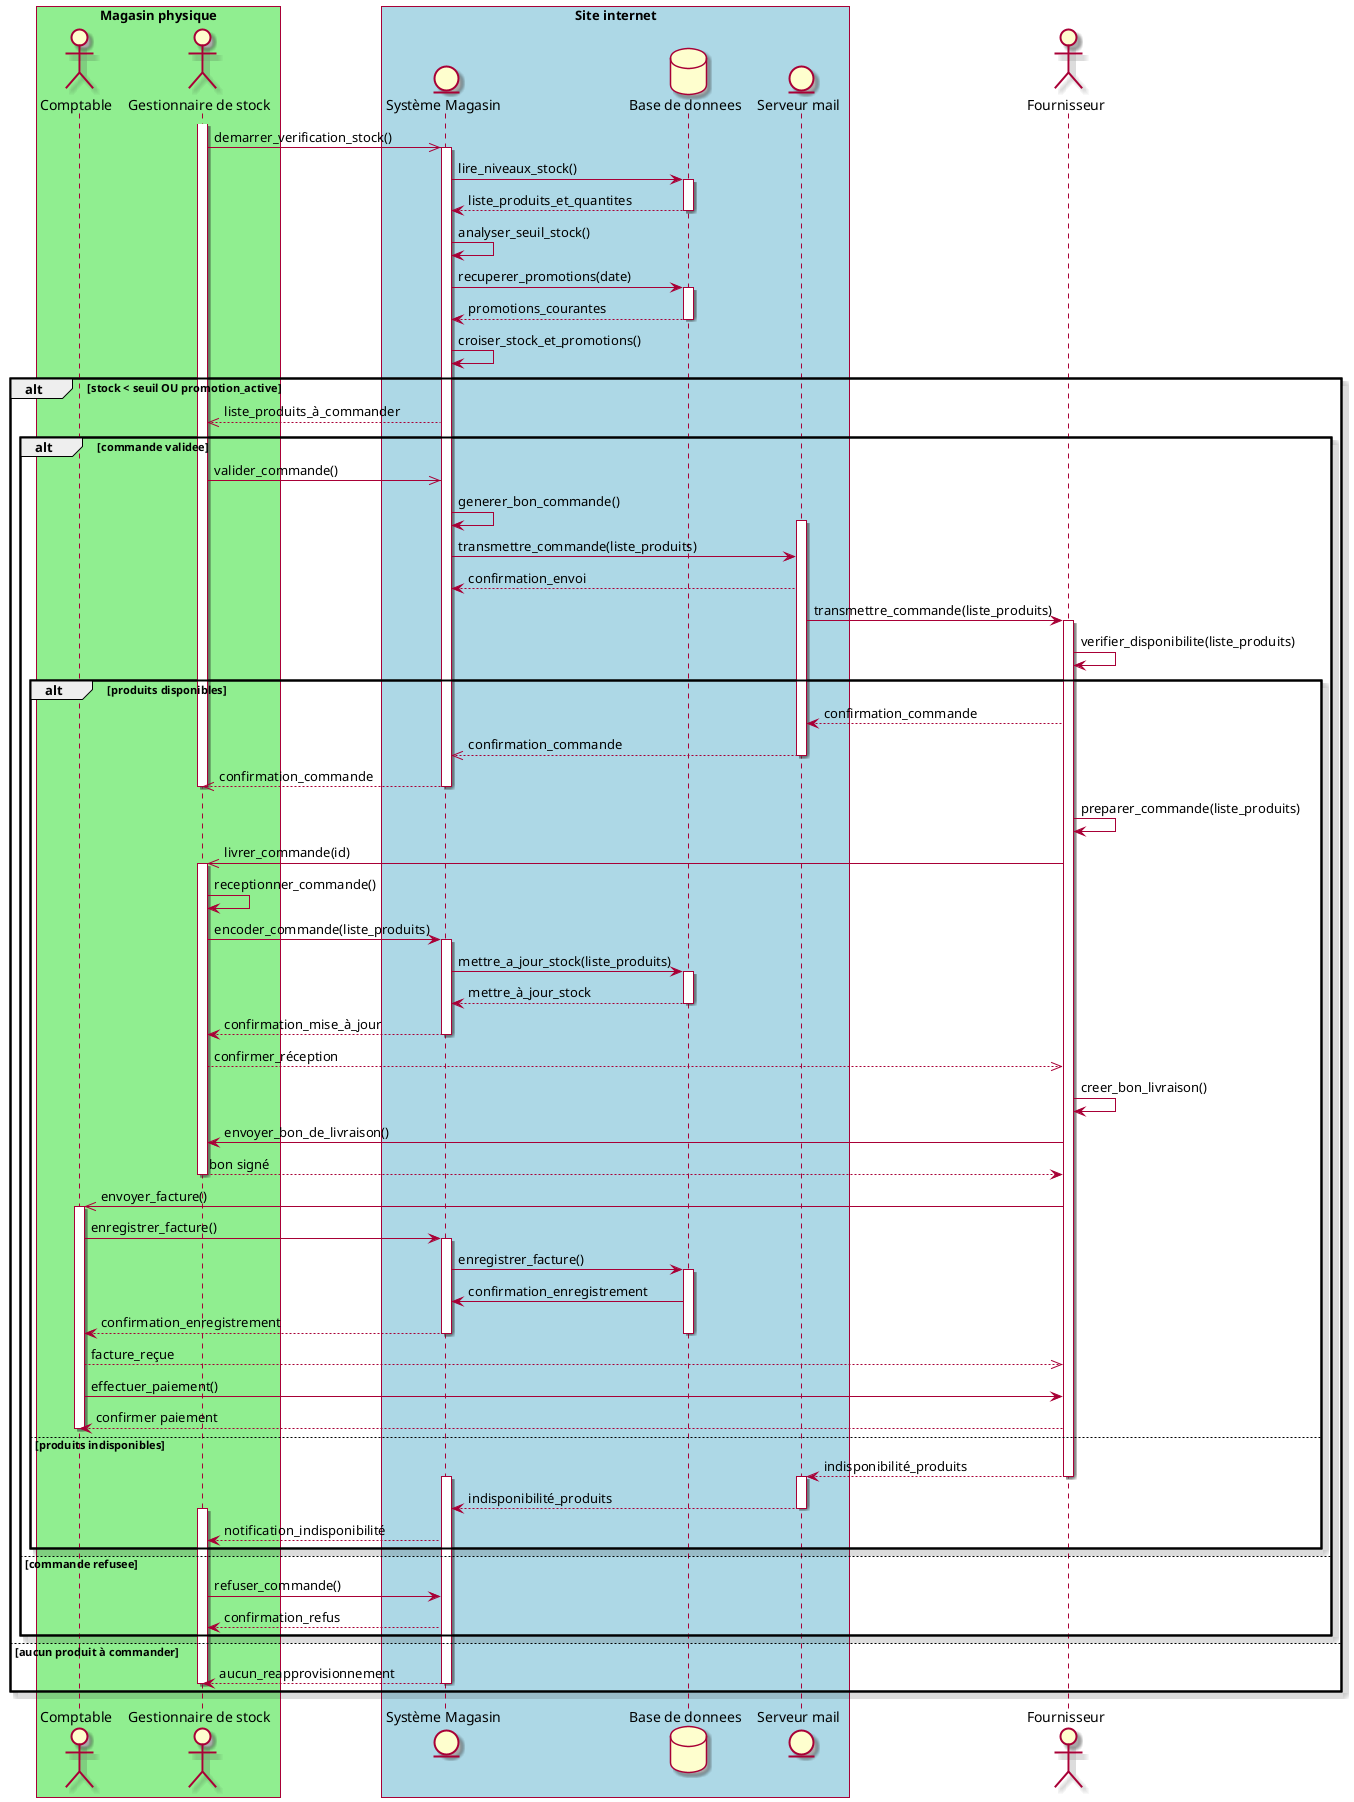
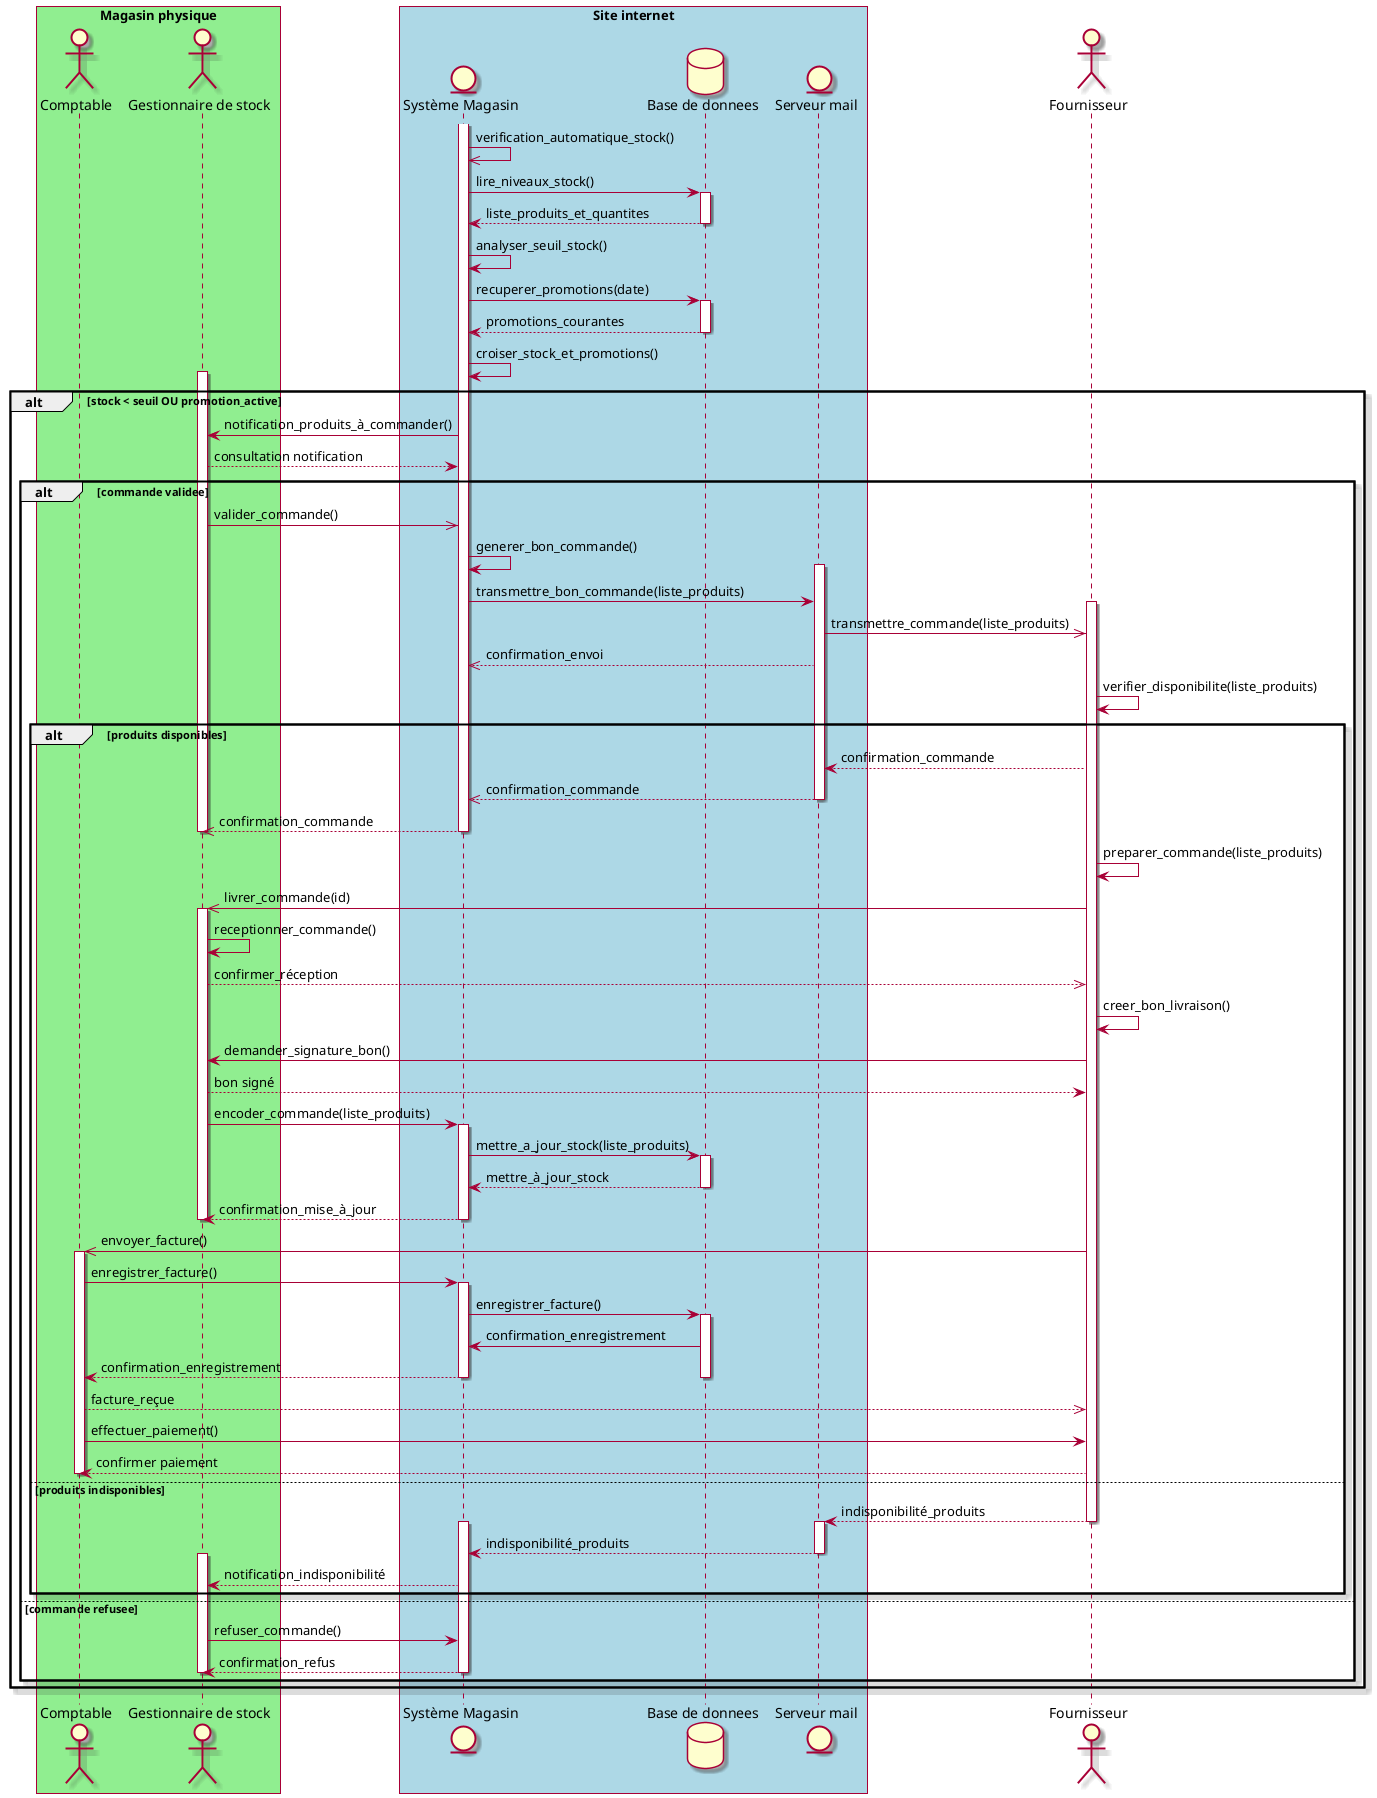
@startuml "Reapprovisionnement automatique"

skin rose
/'skinparam sequenceMessageAlign center'/

box "Magasin physique" #LightGreen
actor "Comptable" as comptable
actor "Gestionnaire de stock" as gestionnaire
end box

box "Site internet" #LightBlue
entity "Système Magasin" as systeme
database "Base de donnees" as bdd
entity "Serveur mail" as mail
end box

actor "Fournisseur" as fournisseur

/' Verification des stocks '/
- activate gestionnaire
- gestionnaire ->> systeme : demarrer_verification_stock()
+ activate systeme
+ systeme ->> systeme : verification_automatique_stock()

- activate systeme
systeme -> bdd : lire_niveaux_stock()

activate bdd
bdd --> systeme : liste_produits_et_quantites
deactivate bdd

systeme -> systeme : analyser_seuil_stock()
systeme -> bdd : recuperer_promotions(date)
activate bdd
bdd --> systeme : promotions_courantes
deactivate bdd
systeme -> systeme : croiser_stock_et_promotions()

alt stock < seuil OU promotion_active
- 
-     systeme -->> gestionnaire : liste_produits_à_commander
+     activate gestionnaire
+     systeme -> gestionnaire : notification_produits_à_commander()
+     gestionnaire --> systeme : consultation notification

    alt commande validee
- 
        gestionnaire ->> systeme : valider_commande()

        systeme -> systeme : generer_bon_commande()
        activate mail
-         systeme -> mail : transmettre_commande(liste_produits)
-         mail --> systeme :  confirmation_envoi
-         mail -> fournisseur : transmettre_commande(liste_produits)
+         systeme -> mail : transmettre_bon_commande(liste_produits)
        activate fournisseur
+         mail ->> fournisseur : transmettre_commande(liste_produits)
+         mail -->> systeme :  confirmation_envoi
        fournisseur -> fournisseur : verifier_disponibilite(liste_produits)

        alt produits disponibles
            fournisseur --> mail : confirmation_commande
            mail -->> systeme : confirmation_commande
            deactivate mail
            systeme -->> gestionnaire : confirmation_commande
            deactivate gestionnaire
            deactivate systeme

            fournisseur -> fournisseur : preparer_commande(liste_produits)
            fournisseur ->> gestionnaire : livrer_commande(id)
            activate gestionnaire

            gestionnaire -> gestionnaire : receptionner_commande()
+             gestionnaire -->> fournisseur : confirmer_réception
+             fournisseur -> fournisseur : creer_bon_livraison()
+             fournisseur -> gestionnaire : demander_signature_bon()
+             gestionnaire --> fournisseur : bon signé
            gestionnaire -> systeme : encoder_commande(liste_produits)
            activate systeme
            systeme -> bdd : mettre_a_jour_stock(liste_produits)

            activate bdd
            bdd --> systeme : mettre_à_jour_stock
            deactivate bdd
            systeme --> gestionnaire : confirmation_mise_à_jour
            deactivate systeme

- 
-             gestionnaire -->> fournisseur : confirmer_réception
- 
-             fournisseur -> fournisseur : creer_bon_livraison()
-             fournisseur -> gestionnaire : envoyer_bon_de_livraison()
-             gestionnaire --> fournisseur : bon signé
            deactivate gestionnaire

            /'Facturation'/
            fournisseur ->> comptable : envoyer_facture()

            activate comptable
            comptable -> systeme : enregistrer_facture()
            activate systeme
            systeme -> bdd : enregistrer_facture()
            activate bdd
            bdd -> systeme : confirmation_enregistrement
            systeme --> comptable : confirmation_enregistrement
            deactivate bdd
            deactivate systeme

            comptable -->> fournisseur : facture_reçue
            comptable -> fournisseur : effectuer_paiement()
            fournisseur --> comptable : confirmer paiement
            deactivate comptable

        else produits indisponibles
            fournisseur --> mail : indisponibilité_produits
            deactivate fournisseur
            activate mail
            activate systeme
            mail --> systeme : indisponibilité_produits
            deactivate mail
            activate gestionnaire
            systeme --> gestionnaire : notification_indisponibilité
        end
    else commande refusee
        gestionnaire -> systeme : refuser_commande()
        systeme --> gestionnaire : confirmation_refus
+         deactivate gestionnaire
+         deactivate systeme
    end
- else aucun produit à commander
- 
-     activate systeme
-     activate gestionnaire
-     systeme --> gestionnaire : aucun_reapprovisionnement
-     deactivate gestionnaire
-     deactivate systeme
- 
- 
end

@enduml